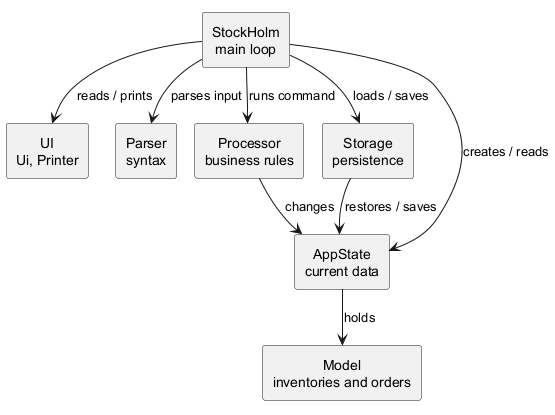
AY2627S1-CS2113-W14-4/tp keeps this PlantUML diagram as docs/images/ArchitectureDiagram.png. Above is the earlier version.
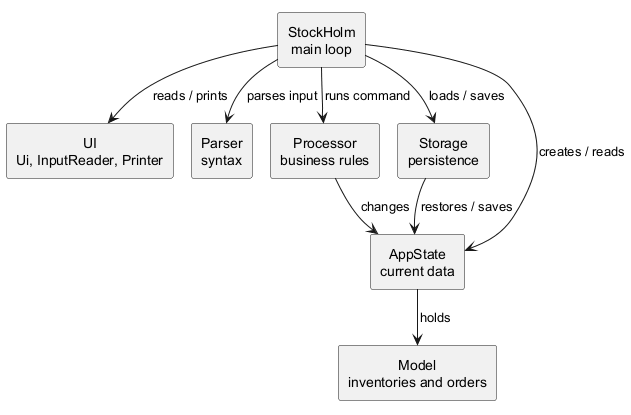
The same diagram one commit later.

Commit message:
Address diagram review feedback

What changed in the source:
```diff
@@ -3,7 +3,7 @@
 skinparam defaultTextAlignment center
 
 rectangle "StockHolm\nmain loop" as Main
-rectangle "UI\nUi, Printer" as UI
+rectangle "UI\nUi, InputReader, Printer" as UI
 rectangle "Parser\nsyntax" as Parser
 rectangle "Processor\nbusiness rules" as Processor
 rectangle "Storage\npersistence" as Storage
```
